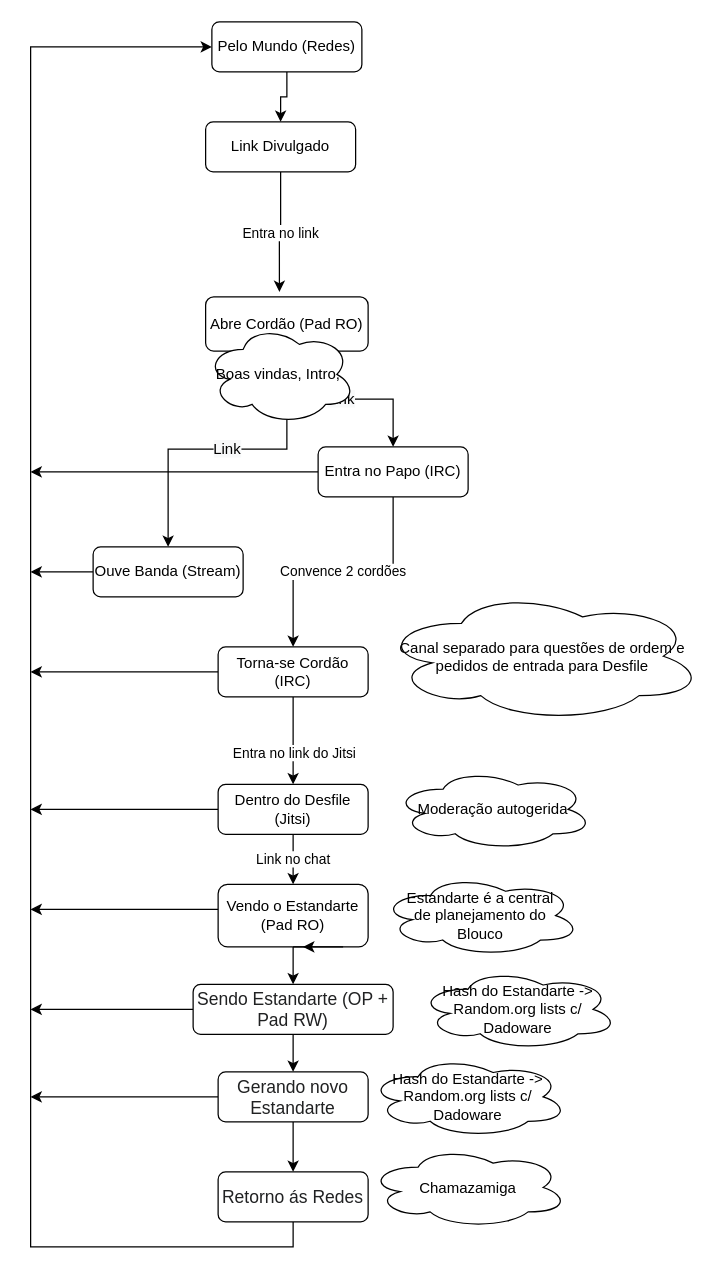
This is docs/diagramas/blouco.drawio from blouco/openblouco, a draw.io file, before an edit. Source tidied: cells renumbered, new cells numbered last; positions are measured from the earlier drawing's top-left corner, leaving out a move shared by most shapes. Both pictures are drawn from the tidied source at 125%, with x=0, y=0 at pixel (30, 21).
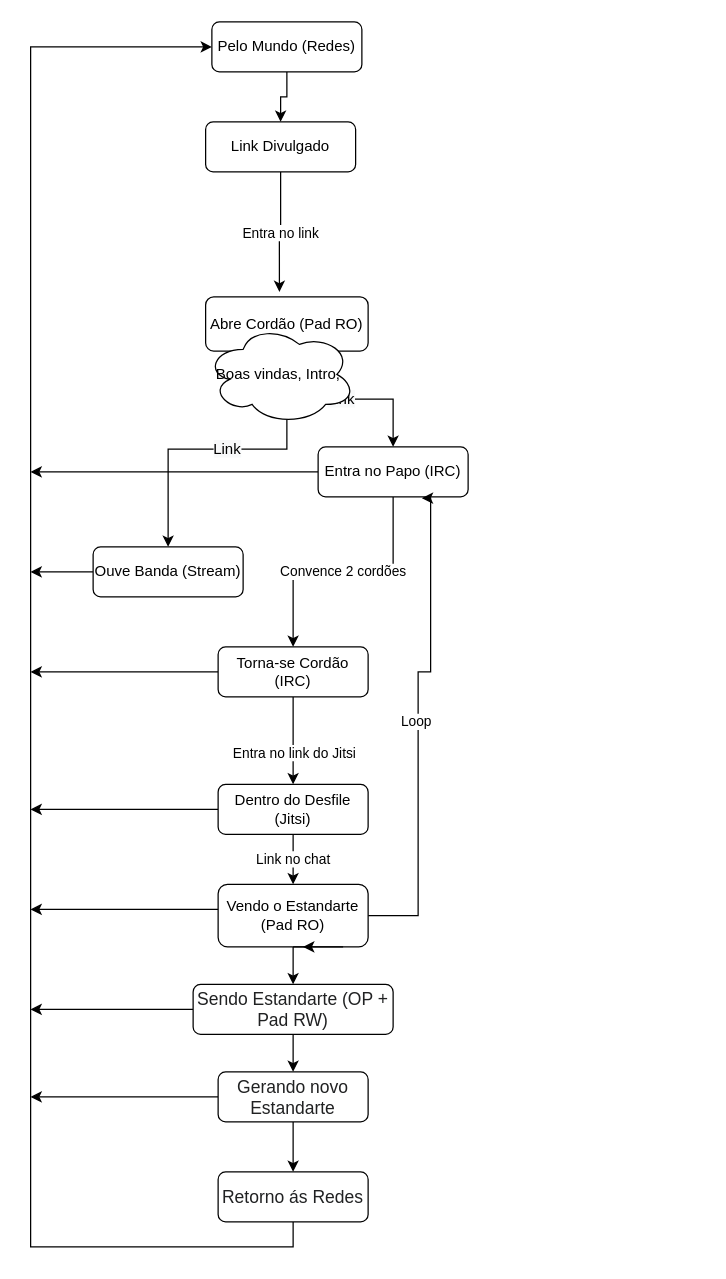
The same page after the edit.

Unchanged cells that the change refers to:
```xml
<mxCell id="15" value="Entra no Papo (IRC)" style="rounded=1;whiteSpace=wrap;html=1;" parent="1" vertex="1">
  <mxGeometry x="230" y="340" width="120" height="40" as="geometry" />
</mxCell>
<mxCell id="24" value="Vendo o Estandarte (Pad RO)" style="rounded=1;whiteSpace=wrap;html=1;fontSize=12;glass=0;strokeWidth=1;shadow=0;" parent="1" vertex="1">
  <mxGeometry x="150" y="690" width="120" height="50" as="geometry" />
</mxCell>
```

What changed in the source:
```diff
@@
+    <mxCell id="40" value="Loop&amp;nbsp;" style="edgeStyle=orthogonalEdgeStyle;rounded=0;jettySize=auto;html=1;entryX=0.692;entryY=1.025;entryDx=0;entryDy=0;entryPerimeter=0;" parent="1" edge="1" source="24" target="15">
+      <mxGeometry relative="1" as="geometry">
+        <Array as="points">
+          <mxPoint x="310" y="715" />
+          <mxPoint x="310" y="520" />
+          <mxPoint x="320" y="520" />
+          <mxPoint x="320" y="381" />
+        </Array>
+      </mxGeometry>
+    </mxCell>
@@
-    <mxCell id="34" value="Hash do Estandarte -&amp;gt; Random.org lists c/ Dadoware" style="ellipse;shape=cloud;whiteSpace=wrap;html=1;" parent="1" vertex="1">
-      <mxGeometry x="270" y="827.5" width="160" height="65" as="geometry" />
-    </mxCell>
-    <mxCell id="35" value="Chamazamiga" style="ellipse;shape=cloud;whiteSpace=wrap;html=1;" parent="1" vertex="1">
-      <mxGeometry x="270" y="900" width="160" height="65" as="geometry" />
-    </mxCell>
-    <mxCell id="36" value="Hash do Estandarte -&amp;gt; Random.org lists c/ Dadoware" style="ellipse;shape=cloud;whiteSpace=wrap;html=1;" parent="1" vertex="1">
-      <mxGeometry x="310" y="757.5" width="160" height="65" as="geometry" />
-    </mxCell>
-    <mxCell id="37" value="Estandarte é a central&lt;br&gt;de planejamento do&lt;br&gt;Blouco" style="ellipse;shape=cloud;whiteSpace=wrap;html=1;" parent="1" vertex="1">
-      <mxGeometry x="280" y="682.5" width="160" height="65" as="geometry" />
-    </mxCell>
-    <mxCell id="38" value="Moderação autogerida" style="ellipse;shape=cloud;whiteSpace=wrap;html=1;" parent="1" vertex="1">
-      <mxGeometry x="290" y="597.5" width="160" height="65" as="geometry" />
-    </mxCell>
-    <mxCell id="39" value="Canal separado para questões de ordem e pedidos de entrada para Desfile" style="ellipse;shape=cloud;whiteSpace=wrap;html=1;" parent="1" vertex="1">
-      <mxGeometry x="280" y="455" width="258.5" height="105" as="geometry" />
-    </mxCell>
```
